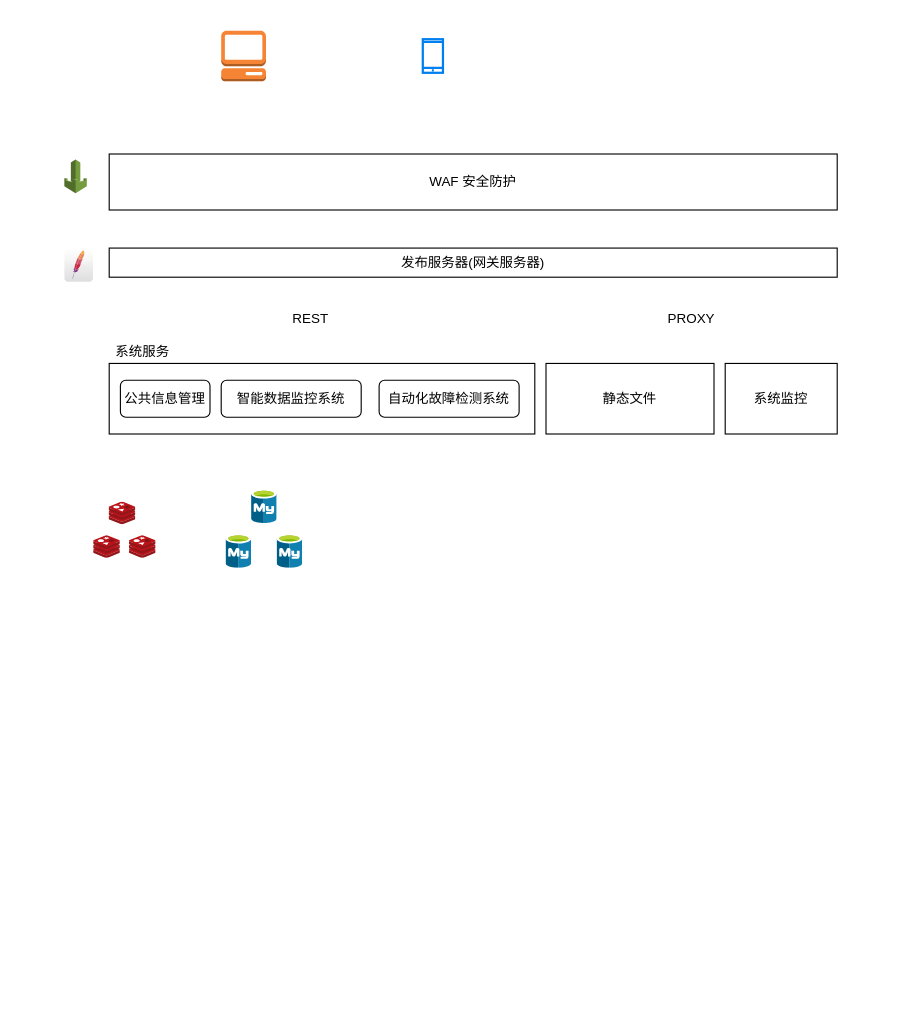
liz2m/draw.images keeps this draw.io diagram as 地面站.drawio. Above is the earlier version. Source tidied: cells renumbered, new cells numbered last; positions are measured from the earlier drawing's top-left corner, leaving out a move shared by most shapes. Both pictures are drawn from the tidied source at 112%, with x=0, y=0 at pixel (64, 30).
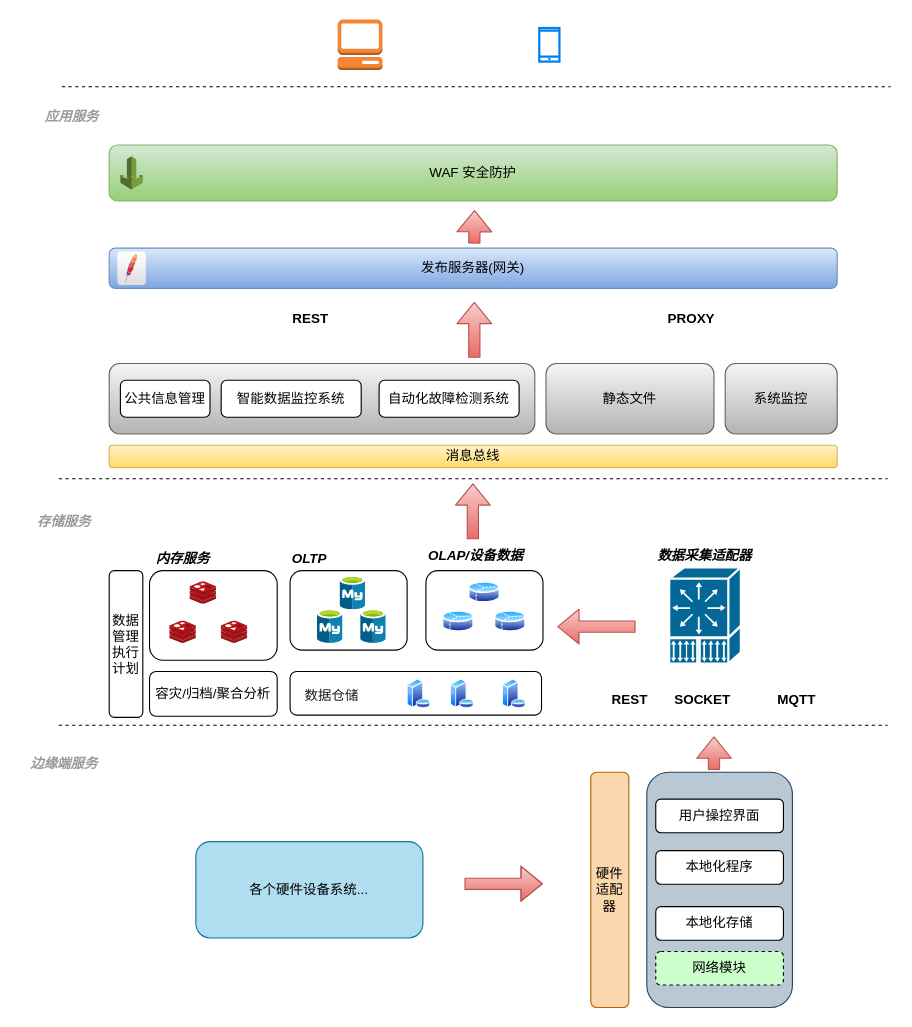
After the change.

Commit message (it also covers changes not shown here):
更新地面站.drawio

The edit, as a diff of the source:
```diff
@@
+    <mxCell id="23" style="rounded=1;whiteSpace=wrap;html=1;strokeColor=#23445d;fillColor=#bac8d3;" parent="1" vertex="1">
+      <mxGeometry x="520" y="662" width="130" height="210" as="geometry" />
+    </mxCell>
+    <mxCell id="24" style="rounded=1;whiteSpace=wrap;html=1;strokeColor=#000000;fillColor=#FFFFFF;" parent="1" vertex="1">
+      <mxGeometry x="201.5" y="482" width="104.5" height="71" as="geometry" />
+    </mxCell>
+    <mxCell id="25" style="rounded=1;whiteSpace=wrap;html=1;strokeColor=#000000;fillColor=#FFFFFF;" parent="1" vertex="1">
+      <mxGeometry x="76" y="482" width="114" height="80" as="geometry" />
+    </mxCell>
-    <mxCell id="2" style="rounded=0;whiteSpace=wrap;html=1;" parent="1" vertex="1">
+    <mxCell id="2" style="rounded=1;whiteSpace=wrap;html=1;fillColor=#f5f5f5;gradientColor=#b3b3b3;strokeColor=#666666;" parent="1" vertex="1">
       <mxGeometry x="40" y="297" width="380" height="63" as="geometry" />
     </mxCell>
-    <mxCell id="3" style="html=1;verticalLabelPosition=bottom;align=center;labelBackgroundColor=#ffffff;verticalAlign=top;strokeWidth=2;strokeColor=#0080F0;shadow=0;dashed=0;shape=mxgraph.ios7.icons.smartphone;" parent="1" vertex="1">
-      <mxGeometry x="320" y="7.5" width="18" height="30" as="geometry" />
+    <mxCell id="3" style="html=1;verticalLabelPosition=bottom;align=center;labelBackgroundColor=#ffffff;verticalAlign=top;strokeWidth=2;strokeColor=#0080F0;shadow=0;dashed=0;shape=mxgraph.ios7.icons.smartphone;rounded=1;" parent="1" vertex="1">
+      <mxGeometry x="424" y="-2.5" width="18" height="30" as="geometry" />
     </mxCell>
-    <mxCell id="4" style="dashed=0;verticalLabelPosition=bottom;verticalAlign=top;align=center;html=1;shape=mxgraph.aws3.management_console;fillColor=#F58534;gradientColor=none;" parent="1" vertex="1">
-      <mxGeometry x="140" width="40" height="45" as="geometry" />
+    <mxCell id="4" style="dashed=0;verticalLabelPosition=bottom;verticalAlign=top;align=center;html=1;shape=mxgraph.aws3.management_console;fillColor=#F58534;gradientColor=none;rounded=1;" parent="1" vertex="1">
+      <mxGeometry x="244" y="-10" width="40" height="45" as="geometry" />
     </mxCell>
-    <mxCell id="5" value="WAF 安全防护" style="rounded=0;whiteSpace=wrap;html=1;" parent="1" vertex="1">
-      <mxGeometry x="40" y="110" width="650" height="50" as="geometry" />
+    <mxCell id="5" value="WAF 安全防护" style="rounded=1;whiteSpace=wrap;html=1;fillColor=#d5e8d4;gradientColor=#97d077;strokeColor=#82b366;" parent="1" vertex="1">
+      <mxGeometry x="40" y="102" width="650" height="50" as="geometry" />
     </mxCell>
-    <mxCell id="6" style="dashed=0;verticalLabelPosition=bottom;verticalAlign=top;align=center;html=1;shape=mxgraph.aws3.waf;fillColor=#759C3E;gradientColor=none;" parent="1" vertex="1">
-      <mxGeometry y="115" width="20" height="30" as="geometry" />
+    <mxCell id="6" style="dashed=0;verticalLabelPosition=bottom;verticalAlign=top;align=center;html=1;shape=mxgraph.aws3.waf;fillColor=#759C3E;gradientColor=none;rounded=1;" parent="1" vertex="1">
+      <mxGeometry x="50" y="112" width="20" height="30" as="geometry" />
     </mxCell>
-    <mxCell id="7" value="发布服务器(网关服务器)" style="rounded=0;whiteSpace=wrap;html=1;" parent="1" vertex="1">
-      <mxGeometry x="40" y="194" width="650" height="26" as="geometry" />
+    <mxCell id="7" value="发布服务器(网关)" style="rounded=1;whiteSpace=wrap;html=1;fillColor=#dae8fc;gradientColor=#7ea6e0;strokeColor=#6c8ebf;" parent="1" vertex="1">
+      <mxGeometry x="40" y="194" width="650" height="36" as="geometry" />
     </mxCell>
-    <mxCell id="8" style="dashed=0;html=1;align=center;labelPosition=center;verticalLabelPosition=bottom;verticalAlign=top;shape=mxgraph.webicons.apache;gradientColor=#DFDEDE;" parent="1" vertex="1">
-      <mxGeometry y="194" width="25.5" height="30" as="geometry" />
+    <mxCell id="8" style="dashed=0;html=1;align=center;labelPosition=center;verticalLabelPosition=bottom;verticalAlign=top;shape=mxgraph.webicons.apache;gradientColor=#DFDEDE;rounded=1;" parent="1" vertex="1">
+      <mxGeometry x="47.2" y="197" width="25.5" height="30" as="geometry" />
     </mxCell>
@@
-    <mxCell id="11" value="系统服务" style="text;html=1;strokeColor=none;fillColor=none;align=center;verticalAlign=middle;whiteSpace=wrap;rounded=0;" parent="1" vertex="1">
-      <mxGeometry x="40" y="272" width="60" height="30" as="geometry" />
-    </mxCell>
-    <mxCell id="12" value="REST" style="text;html=1;strokeColor=none;fillColor=none;align=center;verticalAlign=middle;whiteSpace=wrap;rounded=0;" parent="1" vertex="1">
+    <mxCell id="12" value="REST" style="text;html=1;strokeColor=none;fillColor=none;align=center;verticalAlign=middle;whiteSpace=wrap;rounded=1;fontStyle=1;" parent="1" vertex="1">
       <mxGeometry x="190" y="242" width="60" height="30" as="geometry" />
     </mxCell>
@@
-    <mxCell id="14" value="静态文件" style="rounded=0;whiteSpace=wrap;html=1;" parent="1" vertex="1">
+    <mxCell id="14" value="静态文件" style="rounded=1;whiteSpace=wrap;html=1;fillColor=#f5f5f5;gradientColor=#b3b3b3;strokeColor=#666666;" parent="1" vertex="1">
       <mxGeometry x="430" y="297" width="150" height="63" as="geometry" />
     </mxCell>
-    <mxCell id="15" value="系统监控" style="rounded=0;whiteSpace=wrap;html=1;" parent="1" vertex="1">
+    <mxCell id="15" value="系统监控" style="rounded=1;whiteSpace=wrap;html=1;fillColor=#f5f5f5;gradientColor=#b3b3b3;strokeColor=#666666;" parent="1" vertex="1">
       <mxGeometry x="590" y="297" width="100" height="63" as="geometry" />
     </mxCell>
-    <mxCell id="16" value="PROXY" style="text;html=1;strokeColor=none;fillColor=none;align=center;verticalAlign=middle;whiteSpace=wrap;rounded=0;" parent="1" vertex="1">
+    <mxCell id="16" value="PROXY" style="text;html=1;strokeColor=none;fillColor=none;align=center;verticalAlign=middle;whiteSpace=wrap;rounded=1;fontStyle=1;" parent="1" vertex="1">
       <mxGeometry x="530" y="242" width="60" height="30" as="geometry" />
     </mxCell>
-    <mxCell id="17" style="sketch=0;html=1;align=center;image;fontSize=12;image=img/lib/mscae/Cache_Redis_Product.svg;" parent="1" vertex="1">
-      <mxGeometry x="40" y="421" width="23.8" height="20" as="geometry" />
+    <mxCell id="17" style="html=1;align=center;image;fontSize=12;image=img/lib/mscae/Cache_Redis_Product.svg;rounded=1;" parent="1" vertex="1">
+      <mxGeometry x="112.2" y="492" width="23.8" height="20" as="geometry" />
     </mxCell>
-    <mxCell id="18" style="sketch=0;html=1;align=center;image;fontSize=12;image=img/lib/mscae/Azure_Database_for_MySQL_servers.svg;" parent="1" vertex="1">
-      <mxGeometry x="167.2" y="410" width="22.8" height="30" as="geometry" />
+    <mxCell id="18" style="html=1;align=center;image;fontSize=12;image=img/lib/mscae/Azure_Database_for_MySQL_servers.svg;rounded=1;" parent="1" vertex="1">
+      <mxGeometry x="246.2" y="487" width="22.8" height="30" as="geometry" />
     </mxCell>
-    <mxCell id="19" style="sketch=0;html=1;align=center;image;fontSize=12;image=img/lib/mscae/Azure_Database_for_MySQL_servers.svg;" parent="1" vertex="1">
-      <mxGeometry x="144.4" y="450" width="22.8" height="30" as="geometry" />
+    <mxCell id="19" style="html=1;align=center;image;fontSize=12;image=img/lib/mscae/Azure_Database_for_MySQL_servers.svg;rounded=1;" parent="1" vertex="1">
+      <mxGeometry x="226" y="517" width="22.8" height="30" as="geometry" />
     </mxCell>
-    <mxCell id="20" style="sketch=0;html=1;align=center;image;fontSize=12;image=img/lib/mscae/Azure_Database_for_MySQL_servers.svg;" parent="1" vertex="1">
-      <mxGeometry x="190" y="450" width="22.8" height="30" as="geometry" />
+    <mxCell id="20" style="html=1;align=center;image;fontSize=12;image=img/lib/mscae/Azure_Database_for_MySQL_servers.svg;rounded=1;" parent="1" vertex="1">
+      <mxGeometry x="264.6" y="517" width="22.8" height="30" as="geometry" />
     </mxCell>
-    <mxCell id="21" style="sketch=0;html=1;align=center;image;fontSize=12;image=img/lib/mscae/Cache_Redis_Product.svg;" parent="1" vertex="1">
-      <mxGeometry x="26.2" y="451" width="23.8" height="20" as="geometry" />
-    </mxCell>
-    <mxCell id="22" style="sketch=0;html=1;align=center;image;fontSize=12;image=img/lib/mscae/Cache_Redis_Product.svg;" parent="1" vertex="1">
-      <mxGeometry x="58.1" y="451" width="23.8" height="20" as="geometry" />
+    <mxCell id="22" style="html=1;align=center;image;fontSize=12;image=img/lib/mscae/Cache_Redis_Product.svg;rounded=1;" parent="1" vertex="1">
+      <mxGeometry x="140" y="527" width="23.8" height="20" as="geometry" />
     </mxCell>
+    <mxCell id="26" value="内存服务" style="text;html=1;strokeColor=none;fillColor=none;align=center;verticalAlign=middle;whiteSpace=wrap;rounded=1;fontStyle=3;" parent="1" vertex="1">
+      <mxGeometry x="76" y="457" width="60" height="30" as="geometry" />
+    </mxCell>
+    <mxCell id="27" value="OLTP" style="text;html=1;strokeColor=none;fillColor=none;align=center;verticalAlign=middle;whiteSpace=wrap;rounded=1;fontStyle=3;" parent="1" vertex="1">
+      <mxGeometry x="188.8" y="457" width="60" height="30" as="geometry" />
+    </mxCell>
+    <mxCell id="28" style="rounded=1;whiteSpace=wrap;html=1;strokeColor=#000000;fillColor=#FFFFFF;" parent="1" vertex="1">
+      <mxGeometry x="322.8" y="482" width="104.5" height="71" as="geometry" />
+    </mxCell>
+    <mxCell id="29" value="OLAP/设备数据" style="text;html=1;strokeColor=none;fillColor=none;align=center;verticalAlign=middle;whiteSpace=wrap;rounded=1;fontStyle=3;" parent="1" vertex="1">
+      <mxGeometry x="320.2" y="456" width="95" height="26" as="geometry" />
+    </mxCell>
+    <mxCell id="30" style="perimeter=ellipsePerimeter;html=1;align=center;shadow=0;dashed=0;spacingTop=3;image;image=img/lib/active_directory/database_partition_3.svg;strokeColor=#000000;fillColor=#FFFFFF;rounded=1;" parent="1" vertex="1">
+      <mxGeometry x="361" y="491" width="28.4" height="21" as="geometry" />
+    </mxCell>
+    <mxCell id="31" style="perimeter=ellipsePerimeter;html=1;align=center;shadow=0;dashed=0;spacingTop=3;image;image=img/lib/active_directory/database_partition_3.svg;strokeColor=#000000;fillColor=#FFFFFF;rounded=1;" parent="1" vertex="1">
+      <mxGeometry x="337.6" y="517" width="28.4" height="21" as="geometry" />
+    </mxCell>
+    <mxCell id="32" style="perimeter=ellipsePerimeter;html=1;align=center;shadow=0;dashed=0;spacingTop=3;image;image=img/lib/active_directory/database_partition_3.svg;strokeColor=#000000;fillColor=#FFFFFF;rounded=1;" parent="1" vertex="1">
+      <mxGeometry x="384" y="517" width="28.4" height="21" as="geometry" />
+    </mxCell>
+    <mxCell id="33" style="rounded=1;whiteSpace=wrap;html=1;strokeColor=#000000;fillColor=#FFFFFF;" parent="1" vertex="1">
+      <mxGeometry x="201.5" y="572" width="224.5" height="39" as="geometry" />
+    </mxCell>
+    <mxCell id="34" style="perimeter=ellipsePerimeter;html=1;align=center;shadow=0;dashed=0;spacingTop=3;image;image=img/lib/active_directory/database_server.svg;strokeColor=#000000;fillColor=#FFFFFF;rounded=1;" parent="1" vertex="1">
+      <mxGeometry x="306" y="579" width="21.3" height="26" as="geometry" />
+    </mxCell>
+    <mxCell id="35" style="perimeter=ellipsePerimeter;html=1;align=center;shadow=0;dashed=0;spacingTop=3;image;image=img/lib/active_directory/database_server.svg;strokeColor=#000000;fillColor=#FFFFFF;rounded=1;" parent="1" vertex="1">
+      <mxGeometry x="344.7" y="579" width="21.3" height="26" as="geometry" />
+    </mxCell>
+    <mxCell id="36" style="perimeter=ellipsePerimeter;html=1;align=center;shadow=0;dashed=0;spacingTop=3;image;image=img/lib/active_directory/database_server.svg;strokeColor=#000000;fillColor=#FFFFFF;rounded=1;" parent="1" vertex="1">
+      <mxGeometry x="391.1" y="579" width="21.3" height="26" as="geometry" />
+    </mxCell>
+    <mxCell id="37" value="数据管理执行计划" style="rounded=1;whiteSpace=wrap;html=1;strokeColor=#000000;fillColor=#FFFFFF;fontStyle=0;" parent="1" vertex="1">
+      <mxGeometry x="40" y="482" width="30" height="131" as="geometry" />
+    </mxCell>
+    <mxCell id="38" value="容灾/归档/聚合分析" style="rounded=1;whiteSpace=wrap;html=1;strokeColor=#000000;fillColor=#FFFFFF;fontStyle=0;" parent="1" vertex="1">
+      <mxGeometry x="76" y="572" width="114" height="40" as="geometry" />
+    </mxCell>
+    <mxCell id="39" style="shape=mxgraph.cisco.computers_and_peripherals.pc_adapter_card;html=1;dashed=0;fillColor=#036897;strokeColor=#ffffff;strokeWidth=2;verticalLabelPosition=bottom;verticalAlign=top;align=center;rounded=1;" parent="1" vertex="1">
+      <mxGeometry x="540" y="479" width="64" height="86" as="geometry" />
+    </mxCell>
+    <mxCell id="40" value="数据采集适配器" style="text;html=1;strokeColor=none;fillColor=none;align=center;verticalAlign=middle;whiteSpace=wrap;rounded=1;fontStyle=3;" parent="1" vertex="1">
+      <mxGeometry x="527" y="455" width="90" height="28" as="geometry" />
+    </mxCell>
+    <mxCell id="41" value="REST" style="text;html=1;strokeColor=none;fillColor=none;align=center;verticalAlign=middle;whiteSpace=wrap;rounded=1;fontStyle=1;" parent="1" vertex="1">
+      <mxGeometry x="475" y="583" width="60" height="30" as="geometry" />
+    </mxCell>
+    <mxCell id="42" value="SOCKET" style="text;html=1;strokeColor=none;fillColor=none;align=center;verticalAlign=middle;whiteSpace=wrap;rounded=1;fontStyle=1;" parent="1" vertex="1">
+      <mxGeometry x="540" y="583" width="60" height="30" as="geometry" />
+    </mxCell>
+    <mxCell id="43" value="MQTT" style="text;html=1;strokeColor=none;fillColor=none;align=center;verticalAlign=middle;whiteSpace=wrap;rounded=1;fontStyle=1;" parent="1" vertex="1">
+      <mxGeometry x="624" y="583" width="60" height="30" as="geometry" />
+    </mxCell>
+    <mxCell id="44" value="用户操控界面" style="rounded=1;whiteSpace=wrap;html=1;strokeColor=#000000;fillColor=#FFFFFF;" parent="1" vertex="1">
+      <mxGeometry x="528" y="686" width="114" height="30" as="geometry" />
+    </mxCell>
+    <mxCell id="45" value="本地化程序" style="rounded=1;whiteSpace=wrap;html=1;strokeColor=#000000;fillColor=#FFFFFF;" parent="1" vertex="1">
+      <mxGeometry x="528" y="732" width="114" height="30" as="geometry" />
+    </mxCell>
+    <mxCell id="46" value="本地化存储" style="rounded=1;whiteSpace=wrap;html=1;strokeColor=#000000;fillColor=#FFFFFF;" parent="1" vertex="1">
+      <mxGeometry x="528" y="782" width="114" height="30" as="geometry" />
+    </mxCell>
+    <mxCell id="47" value="网络模块" style="rounded=1;whiteSpace=wrap;html=1;strokeColor=#000000;fillColor=#CCFFCC;dashed=1;" parent="1" vertex="1">
+      <mxGeometry x="528" y="822" width="114" height="30" as="geometry" />
+    </mxCell>
+    <mxCell id="48" value="各个硬件设备系统..." style="rounded=1;whiteSpace=wrap;html=1;strokeColor=#10739e;fillColor=#b1ddf0;" parent="1" vertex="1">
+      <mxGeometry x="117.4" y="724" width="202.7" height="86" as="geometry" />
+    </mxCell>
+    <mxCell id="49" style="shape=flexArrow;endArrow=classic;html=1;rounded=1;fillColor=#f8cecc;gradientColor=#ea6b66;strokeColor=#b85450;curved=1;" parent="1" edge="1">
+      <mxGeometry relative="1" as="geometry">
+        <mxPoint x="580" y="660" as="sourcePoint" />
+        <mxPoint x="580" y="630" as="targetPoint" />
+      </mxGeometry>
+    </mxCell>
+    <mxCell id="50" style="shape=flexArrow;endArrow=classic;html=1;rounded=1;fillColor=#f8cecc;gradientColor=#ea6b66;strokeColor=#b85450;curved=1;" parent="1" edge="1">
+      <mxGeometry relative="1" as="geometry">
+        <mxPoint x="357.2" y="761.6" as="sourcePoint" />
+        <mxPoint x="427.2" y="761.6" as="targetPoint" />
+        <Array as="points">
+          <mxPoint x="387.2" y="761.6" />
+        </Array>
+      </mxGeometry>
+    </mxCell>
+    <mxCell id="51" value="硬件适配器" style="rounded=1;whiteSpace=wrap;html=1;strokeColor=#b46504;fillColor=#fad7ac;" parent="1" vertex="1">
+      <mxGeometry x="470" y="662" width="34" height="210" as="geometry" />
+    </mxCell>
+    <mxCell id="52" style="shape=flexArrow;endArrow=classic;html=1;rounded=1;fillColor=#f8cecc;gradientColor=#ea6b66;strokeColor=#b85450;curved=1;" parent="1" edge="1">
+      <mxGeometry relative="1" as="geometry">
+        <mxPoint x="510" y="532" as="sourcePoint" />
+        <mxPoint x="440" y="532" as="targetPoint" />
+      </mxGeometry>
+    </mxCell>
+    <mxCell id="53" value="消息总线" style="rounded=1;whiteSpace=wrap;html=1;fillColor=#fff2cc;gradientColor=#ffd966;strokeColor=#d6b656;" parent="1" vertex="1">
+      <mxGeometry x="40" y="370" width="650" height="20" as="geometry" />
+    </mxCell>
+    <mxCell id="54" value="边缘端服务" style="text;html=1;strokeColor=none;fillColor=none;align=center;verticalAlign=middle;whiteSpace=wrap;rounded=1;fontStyle=3;fontColor=#999999;" parent="1" vertex="1">
+      <mxGeometry x="-40" y="640" width="80" height="30" as="geometry" />
+    </mxCell>
+    <mxCell id="55" value="存储服务" style="text;html=1;strokeColor=none;fillColor=none;align=center;verticalAlign=middle;whiteSpace=wrap;rounded=1;fontStyle=3;fontColor=#999999;" parent="1" vertex="1">
+      <mxGeometry x="-40" y="424" width="80" height="30" as="geometry" />
+    </mxCell>
+    <mxCell id="56" value="应用服务" style="text;html=1;strokeColor=none;fillColor=none;align=center;verticalAlign=middle;whiteSpace=wrap;rounded=1;fontStyle=3;fontColor=#999999;" parent="1" vertex="1">
+      <mxGeometry x="-32.8" y="62" width="80" height="30" as="geometry" />
+    </mxCell>
+    <mxCell id="57" style="shape=flexArrow;endArrow=classic;html=1;rounded=1;fontColor=#999999;curved=1;fillColor=#f8cecc;gradientColor=#ea6b66;strokeColor=#b85450;" parent="1" edge="1">
+      <mxGeometry relative="1" as="geometry">
+        <mxPoint x="364.7" y="454" as="sourcePoint" />
+        <mxPoint x="364.7" y="404" as="targetPoint" />
+      </mxGeometry>
+    </mxCell>
+    <mxCell id="58" style="shape=flexArrow;endArrow=classic;html=1;rounded=1;fontColor=#999999;curved=1;fillColor=#f8cecc;gradientColor=#ea6b66;strokeColor=#b85450;" parent="1" edge="1">
+      <mxGeometry relative="1" as="geometry">
+        <mxPoint x="366" y="292" as="sourcePoint" />
+        <mxPoint x="366" y="242" as="targetPoint" />
+      </mxGeometry>
+    </mxCell>
+    <mxCell id="59" value="数据仓储" style="text;html=1;strokeColor=none;fillColor=none;align=center;verticalAlign=middle;whiteSpace=wrap;rounded=1;fontColor=#1A1A1A;fontStyle=0;" parent="1" vertex="1">
+      <mxGeometry x="209" y="579" width="60" height="30" as="geometry" />
+    </mxCell>
+    <mxCell id="60" style="endArrow=none;dashed=1;html=1;rounded=1;fontColor=#1A1A1A;curved=1;" parent="1" edge="1">
+      <mxGeometry relative="1" as="geometry">
+        <mxPoint x="-5" y="400" as="sourcePoint" />
+        <mxPoint x="735" y="400" as="targetPoint" />
+      </mxGeometry>
+    </mxCell>
+    <mxCell id="61" style="endArrow=none;dashed=1;html=1;rounded=1;fontColor=#1A1A1A;curved=1;" parent="1" edge="1">
+      <mxGeometry relative="1" as="geometry">
+        <mxPoint x="-2.3" y="50" as="sourcePoint" />
+        <mxPoint x="737.7" y="50" as="targetPoint" />
+      </mxGeometry>
+    </mxCell>
+    <mxCell id="62" style="endArrow=none;dashed=1;html=1;rounded=1;fontColor=#1A1A1A;curved=1;" parent="1" edge="1">
+      <mxGeometry relative="1" as="geometry">
+        <mxPoint x="-5" y="620" as="sourcePoint" />
+        <mxPoint x="735" y="620" as="targetPoint" />
+      </mxGeometry>
+    </mxCell>
+    <mxCell id="63" style="html=1;align=center;image;fontSize=12;image=img/lib/mscae/Cache_Redis_Product.svg;rounded=1;" parent="1" vertex="1">
+      <mxGeometry x="94.1" y="527" width="23.8" height="20" as="geometry" />
+    </mxCell>
+    <mxCell id="64" style="shape=flexArrow;endArrow=classic;html=1;rounded=1;fontColor=#999999;curved=1;fillColor=#f8cecc;gradientColor=#ea6b66;strokeColor=#b85450;" parent="1" edge="1">
+      <mxGeometry relative="1" as="geometry">
+        <mxPoint x="366" y="190" as="sourcePoint" />
+        <mxPoint x="366.2" y="160" as="targetPoint" />
+      </mxGeometry>
+    </mxCell>
```
